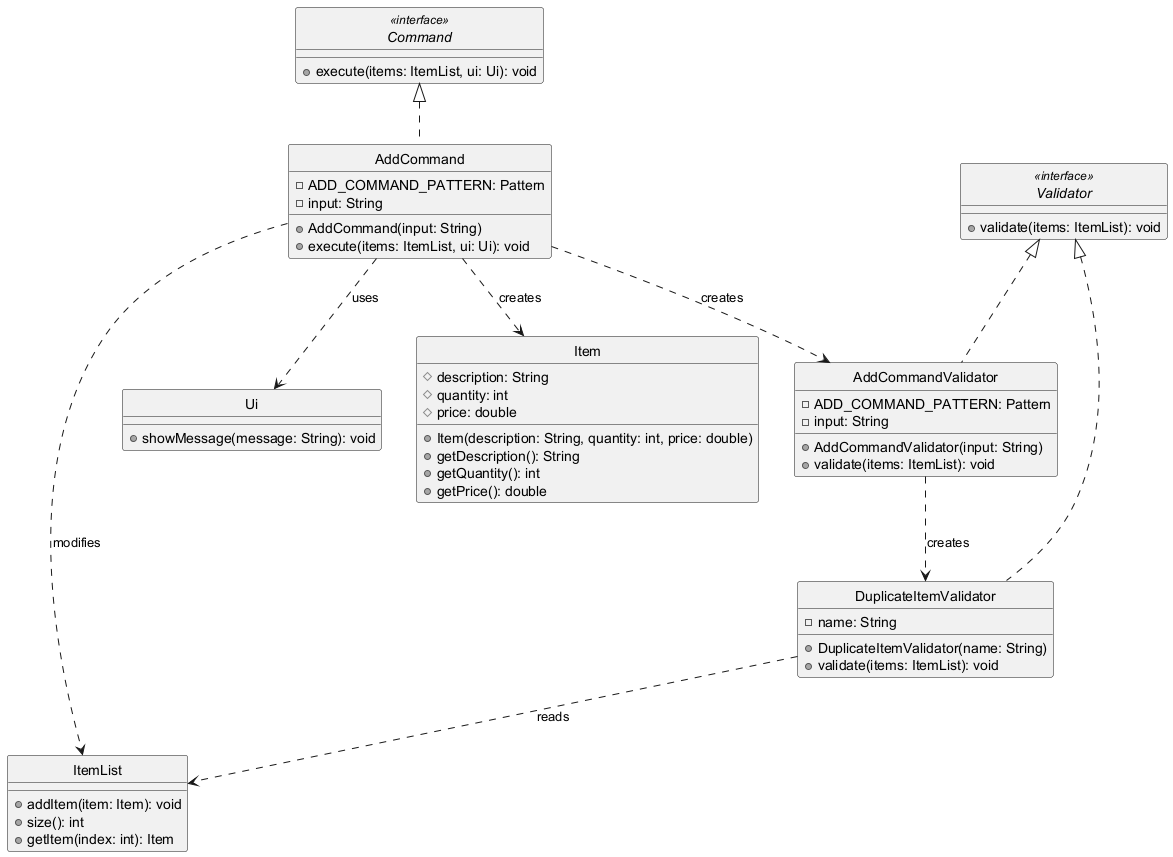
Earlier version of the PlantUML export docs/diagrams/AddCommandClassDiagram.png (adbsw/tp). The source it was exported from:
```plantuml
@startuml
skinparam monochrome true
skinparam shadowing false
hide circle

interface Command <<interface>> {
    + execute(items: ItemList, ui: Ui): void
}

class AddCommand {
    - ADD_COMMAND_PATTERN: Pattern
    - input: String
    + AddCommand(input: String)
    + execute(items: ItemList, ui: Ui): void
}

interface Validator <<interface>> {
    + validate(items: ItemList): void
}

class AddCommandValidator {
    - ADD_COMMAND_PATTERN: Pattern
    - input: String
    + AddCommandValidator(input: String)
    + validate(items: ItemList): void
}

class DuplicateItemValidator {
    - name: String
    + DuplicateItemValidator(name: String)
    + validate(items: ItemList): void
}

class Item {
    # description: String
    # quantity: int
    # price: double
    + Item(description: String, quantity: int, price: double)
    + getDescription(): String
    + getQuantity(): int
    + getPrice(): double
}

class ItemList {
    + addItem(item: Item): void
    + size(): int
    + getItem(index: int): Item
}

class Ui {
    + showMessage(message: String): void
}

Command <|.. AddCommand
Validator <|.. AddCommandValidator
Validator <|.. DuplicateItemValidator

AddCommand ..> AddCommandValidator : creates
AddCommand ..> Item : creates
AddCommand ..> ItemList : modifies
AddCommand ..> Ui : uses
AddCommandValidator ..> DuplicateItemValidator : creates
DuplicateItemValidator ..> ItemList : reads

@enduml
```
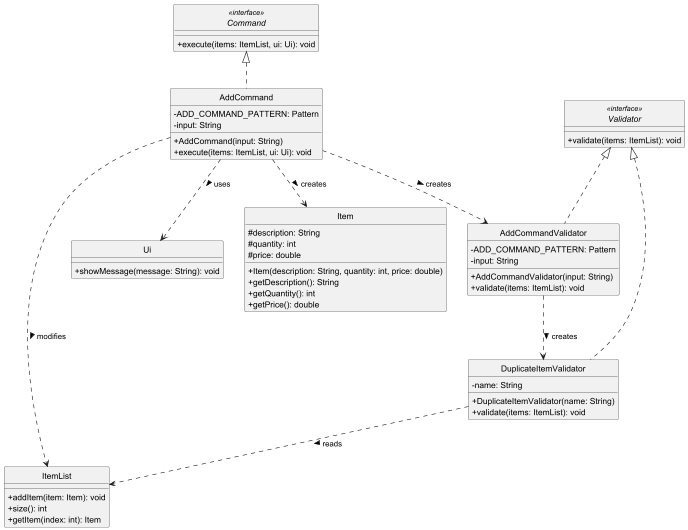
After the commit.

The edit, as a diff of the source:
```diff
@@ -1,6 +1,7 @@
 @startuml
 skinparam monochrome true
 skinparam shadowing false
+skinparam classAttributeIconSize 0
 hide circle
 
 interface Command <<interface>> {
@@ -55,11 +56,11 @@
 Validator <|.. AddCommandValidator
 Validator <|.. DuplicateItemValidator
 
-AddCommand ..> AddCommandValidator : creates
-AddCommand ..> Item : creates
-AddCommand ..> ItemList : modifies
-AddCommand ..> Ui : uses
-AddCommandValidator ..> DuplicateItemValidator : creates
-DuplicateItemValidator ..> ItemList : reads
+AddCommand ..> AddCommandValidator : creates >
+AddCommand ..> Item : creates >
+AddCommand ..> ItemList : modifies >
+AddCommand ..> Ui : uses >
+AddCommandValidator ..> DuplicateItemValidator : creates >
+DuplicateItemValidator ..> ItemList : reads >
 
 @enduml
```
